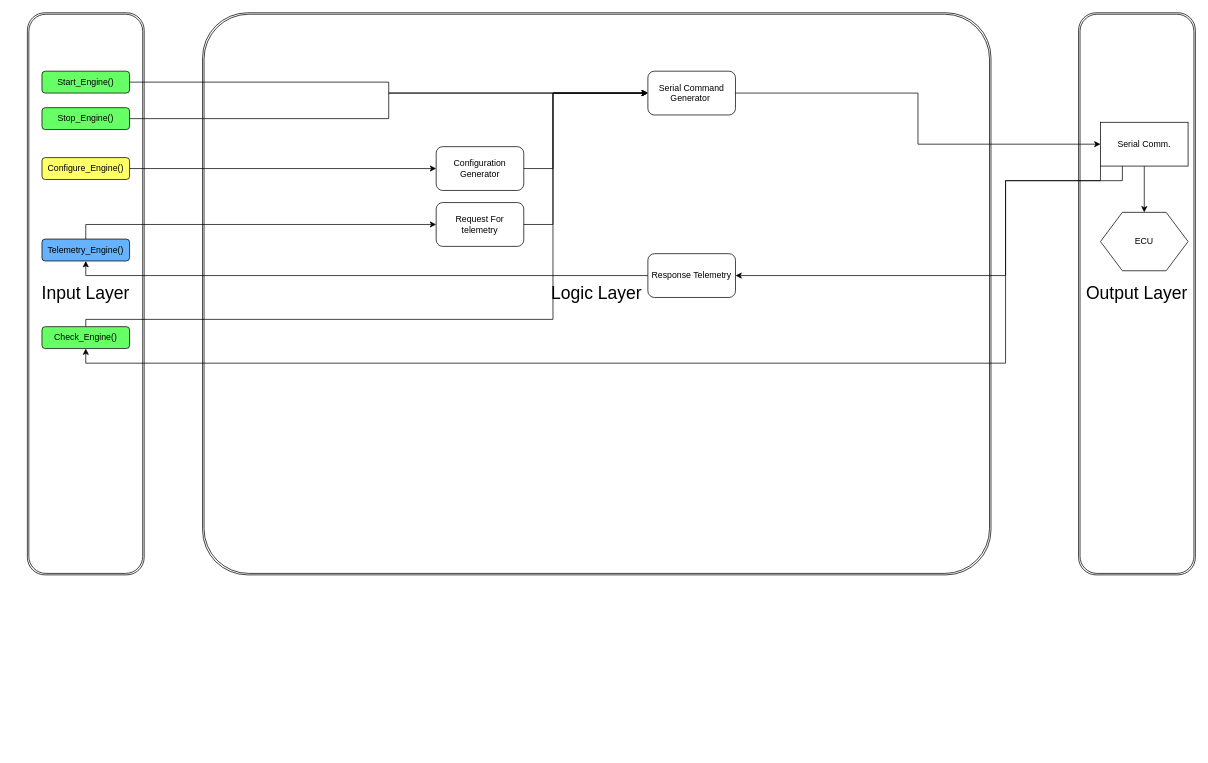
Earlier version of the draw.io diagram page "Engine Control Library" (6 of 7) of Documentation/Leapfrog_Architecture.drawio (antarikshnarain/ArtemisLeapFrog). Source tidied: cells renumbered, new cells numbered last; positions are measured from the earlier drawing's top-left corner, leaving out a move shared by most shapes. Both pictures are drawn from the tidied source at 73%, with x=0, y=0 at pixel (27, 12).
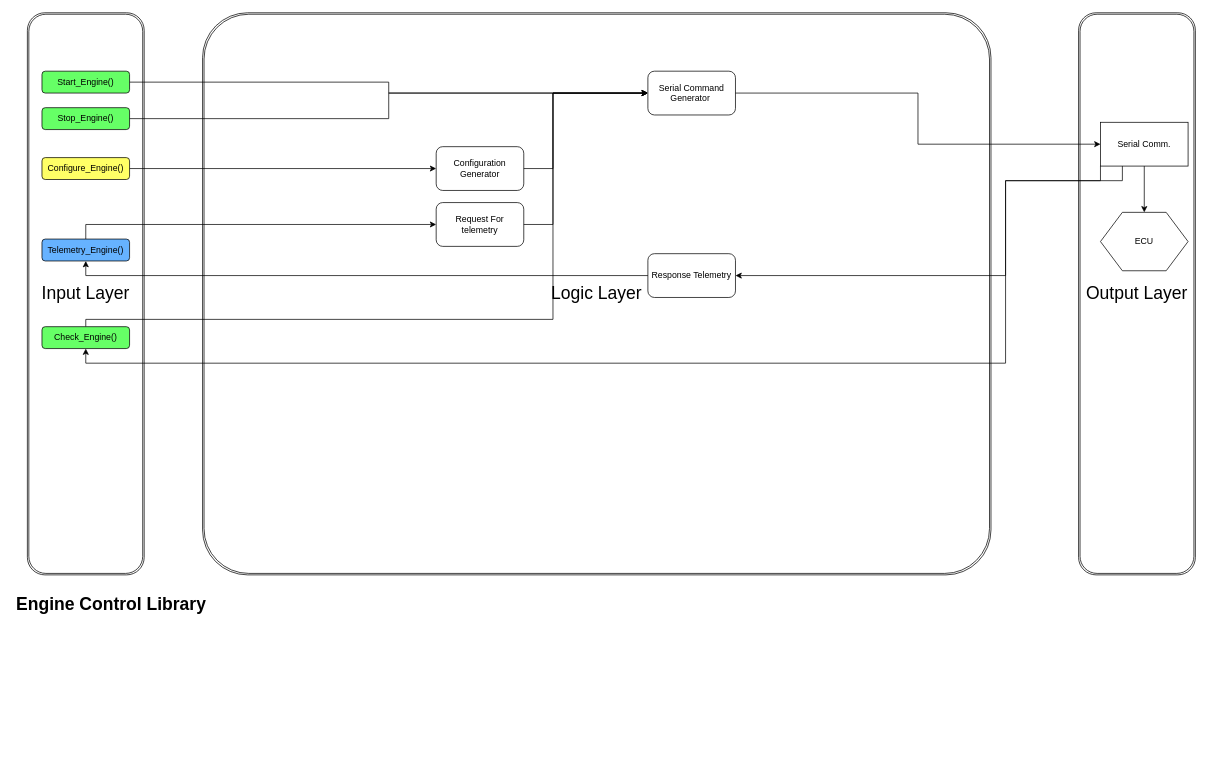
The same diagram, later.

What changed in the source:
```diff
@@
+    <mxCell id="28" value="&lt;h1&gt;Engine Control Library&lt;/h1&gt;&lt;p&gt;&lt;/p&gt;" style="text;html=1;strokeColor=none;fillColor=none;spacing=5;spacingTop=-20;whiteSpace=wrap;overflow=hidden;rounded=0;" parent="1" vertex="1">
+      <mxGeometry x="-20" y="790" width="280" height="220" as="geometry" />
+    </mxCell>
```
